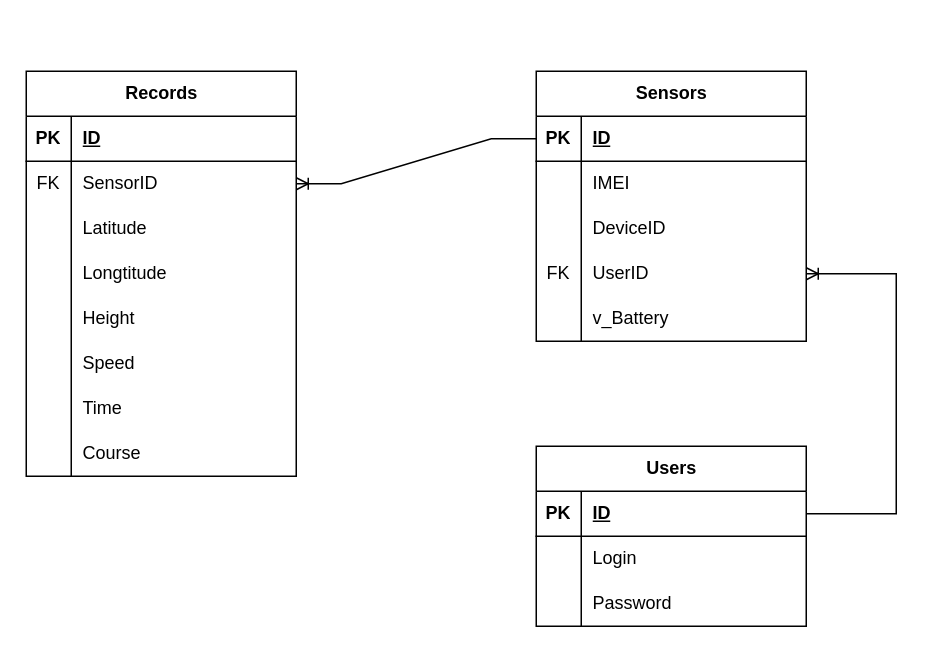
Earlier version of the draw.io diagram dsadasd.drawio (emfermenty/university.cpp). Source tidied: cells renumbered, new cells numbered last; positions are measured from the earlier drawing's top-left corner, leaving out a move shared by most shapes. Both pictures are drawn from the tidied source at 150%, with x=0, y=0 at pixel (26, 70).
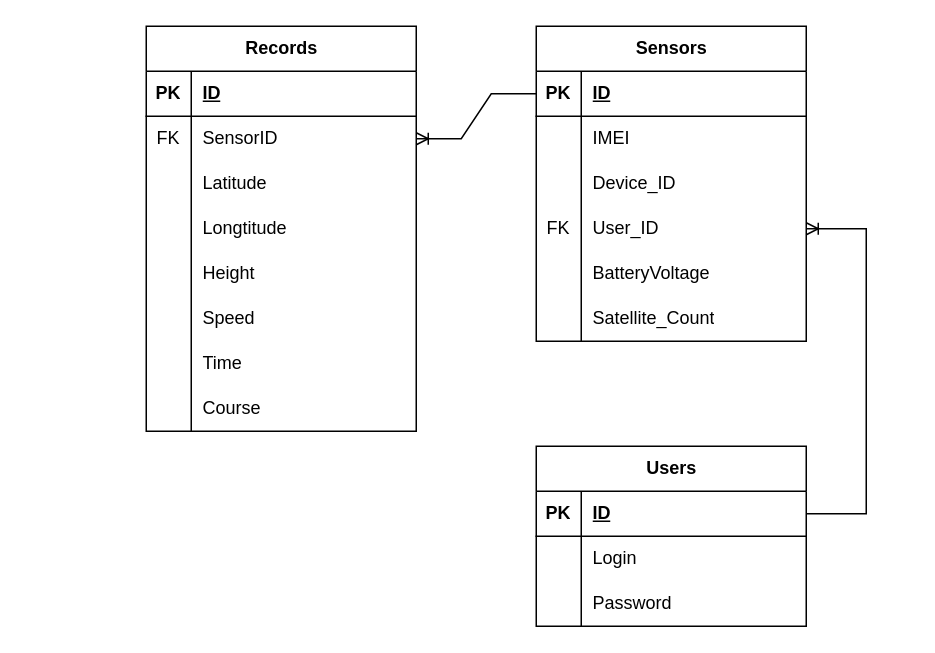
The same diagram, later.

The change refers to these unchanged cells:
```xml
<mxCell id="34" style="shape=tableRow;horizontal=0;startSize=0;swimlaneHead=0;swimlaneBody=0;fillColor=none;top=0;left=0;right=0;bottom=0;" parent="27" vertex="1">
  <mxGeometry y="90" width="180" height="30" as="geometry" />
</mxCell>
<mxCell id="37" style="shape=tableRow;horizontal=0;startSize=0;swimlaneHead=0;swimlaneBody=0;fillColor=none;points=[[0,0.5],[1,0.5]];portConstraint=eastwest;top=0;left=0;right=0;bottom=0;" parent="27" vertex="1">
  <mxGeometry y="120" width="180" height="30" as="geometry" />
</mxCell>
<mxCell id="40" style="shape=tableRow;horizontal=0;startSize=0;swimlaneHead=0;swimlaneBody=0;fillColor=none;top=0;left=0;right=0;bottom=0;" parent="27" vertex="1">
  <mxGeometry y="150" width="180" height="30" as="geometry" />
</mxCell>
<mxCell id="44" style="shape=tableRow;horizontal=0;startSize=0;swimlaneHead=0;swimlaneBody=0;fillColor=none;points=[[0,0.5],[1,0.5]];portConstraint=eastwest;top=0;left=0;right=0;bottom=1;" parent="43" vertex="1">
  <mxGeometry y="30" width="180" height="30" as="geometry" />
</mxCell>
```

What changed in the source:
```diff
@@
     <mxCell id="2" value="Records" style="shape=table;startSize=30;childLayout=tableLayout;rowLines=0;fontStyle=1;align=center;html=1;" parent="1" vertex="1">
-      <mxGeometry width="180" height="270" as="geometry" />
+      <mxGeometry x="80" y="-30" width="180" height="270" as="geometry" />
     </mxCell>
@@
     <mxCell id="27" value="Sensors" style="shape=table;startSize=30;childLayout=tableLayout;rowLines=0;fontStyle=1;align=center;html=1;" parent="1" vertex="1">
-      <mxGeometry x="340" width="180" height="180" as="geometry" />
+      <mxGeometry x="340" y="-30" width="180" height="210" as="geometry" />
     </mxCell>
@@
-    <mxCell id="36" value="DeviceID" style="shape=partialRectangle;fillColor=none;top=0;left=0;bottom=0;right=0;align=left;spacingLeft=6;overflow=hidden;whiteSpace=wrap;html=1;" parent="34" vertex="1">
+    <mxCell id="36" value="Device_ID" style="shape=partialRectangle;fillColor=none;top=0;left=0;bottom=0;right=0;align=left;spacingLeft=6;overflow=hidden;whiteSpace=wrap;html=1;" parent="34" vertex="1">
       <mxGeometry x="30" width="150" height="30" as="geometry" />
     </mxCell>
@@
-    <mxCell id="39" value="UserID" style="shape=partialRectangle;fillColor=none;top=0;left=0;bottom=0;right=0;align=left;spacingLeft=6;overflow=hidden;whiteSpace=wrap;html=1;" parent="37" vertex="1">
+    <mxCell id="39" value="User_ID" style="shape=partialRectangle;fillColor=none;top=0;left=0;bottom=0;right=0;align=left;spacingLeft=6;overflow=hidden;whiteSpace=wrap;html=1;" parent="37" vertex="1">
       <mxGeometry x="30" width="150" height="30" as="geometry" />
     </mxCell>
@@
-    <mxCell id="42" value="v_Battery" style="shape=partialRectangle;fillColor=none;top=0;left=0;bottom=0;right=0;align=left;spacingLeft=6;overflow=hidden;whiteSpace=wrap;html=1;" parent="40" vertex="1">
+    <mxCell id="42" value="BatteryVoltage" style="shape=partialRectangle;fillColor=none;top=0;left=0;bottom=0;right=0;align=left;spacingLeft=6;overflow=hidden;whiteSpace=wrap;html=1;" parent="40" vertex="1">
       <mxGeometry x="30" width="150" height="30" as="geometry" />
     </mxCell>
+    <mxCell id="55" style="shape=tableRow;horizontal=0;startSize=0;swimlaneHead=0;swimlaneBody=0;fillColor=none;top=0;left=0;right=0;bottom=0;" parent="27" vertex="1">
+      <mxGeometry y="180" width="180" height="30" as="geometry" />
+    </mxCell>
+    <mxCell id="56" style="shape=partialRectangle;fillColor=none;top=0;left=0;bottom=0;right=0;overflow=hidden;whiteSpace=wrap;html=1;" parent="55" vertex="1">
+      <mxGeometry width="30" height="30" as="geometry" />
+    </mxCell>
+    <mxCell id="57" value="Satellite_Count" style="shape=partialRectangle;fillColor=none;top=0;left=0;bottom=0;right=0;align=left;spacingLeft=6;overflow=hidden;whiteSpace=wrap;html=1;" parent="55" vertex="1">
+      <mxGeometry x="30" width="150" height="30" as="geometry" />
+    </mxCell>
@@
     <mxCell id="53" style="fontSize=12;html=1;endArrow=ERoneToMany;rounded=0;entryX=1;entryY=0.5;entryDx=0;entryDy=0;exitX=1;exitY=0.5;exitDx=0;exitDy=0;edgeStyle=elbowEdgeStyle;" parent="1" edge="1" source="44" target="37">
       <mxGeometry relative="1" as="geometry">
         <Array as="points">
-          <mxPoint x="580" y="180" />
+          <mxPoint x="560" y="200" />
         </Array>
       </mxGeometry>
     </mxCell>
```
